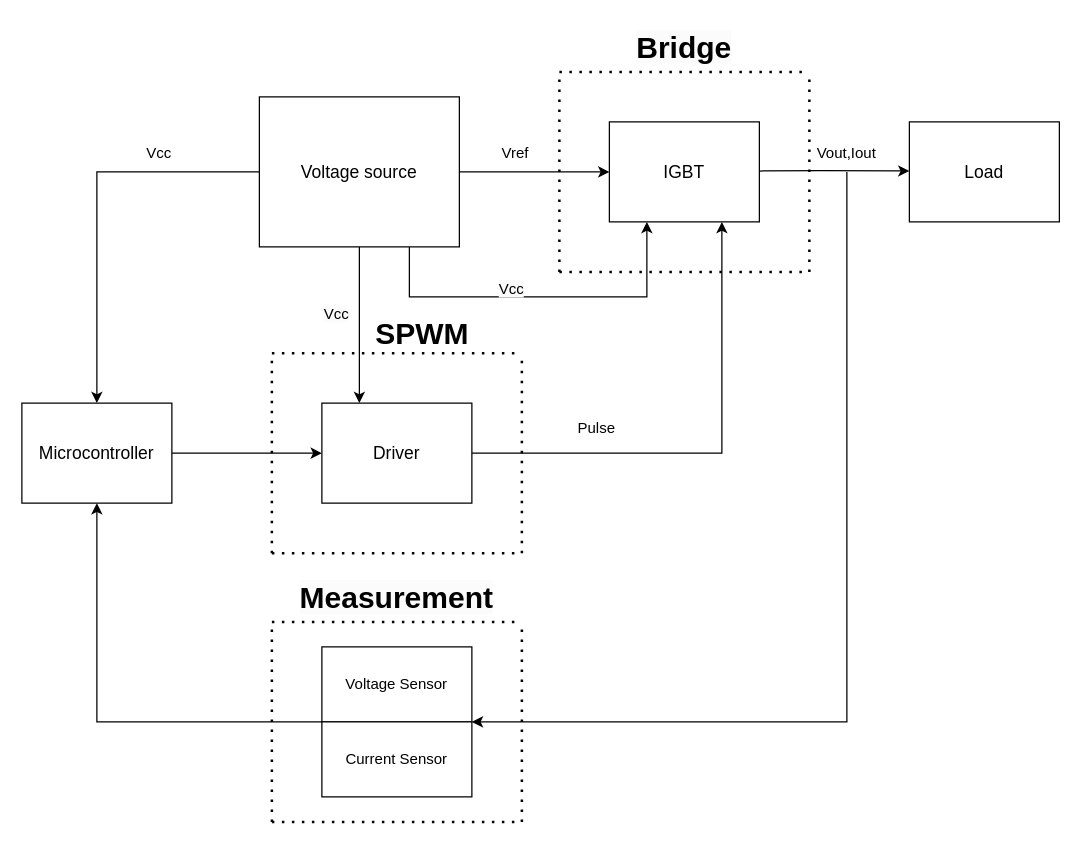
K2ayzz/ForDrawIO keeps this draw.io diagram as DKS.drawio. Above is the earlier version. Source tidied: cells renumbered, new cells numbered last; positions are measured from the earlier drawing's top-left corner, leaving out a move shared by most shapes. Both pictures are drawn from the tidied source at 125%, with x=0, y=0 at pixel (21, 21).
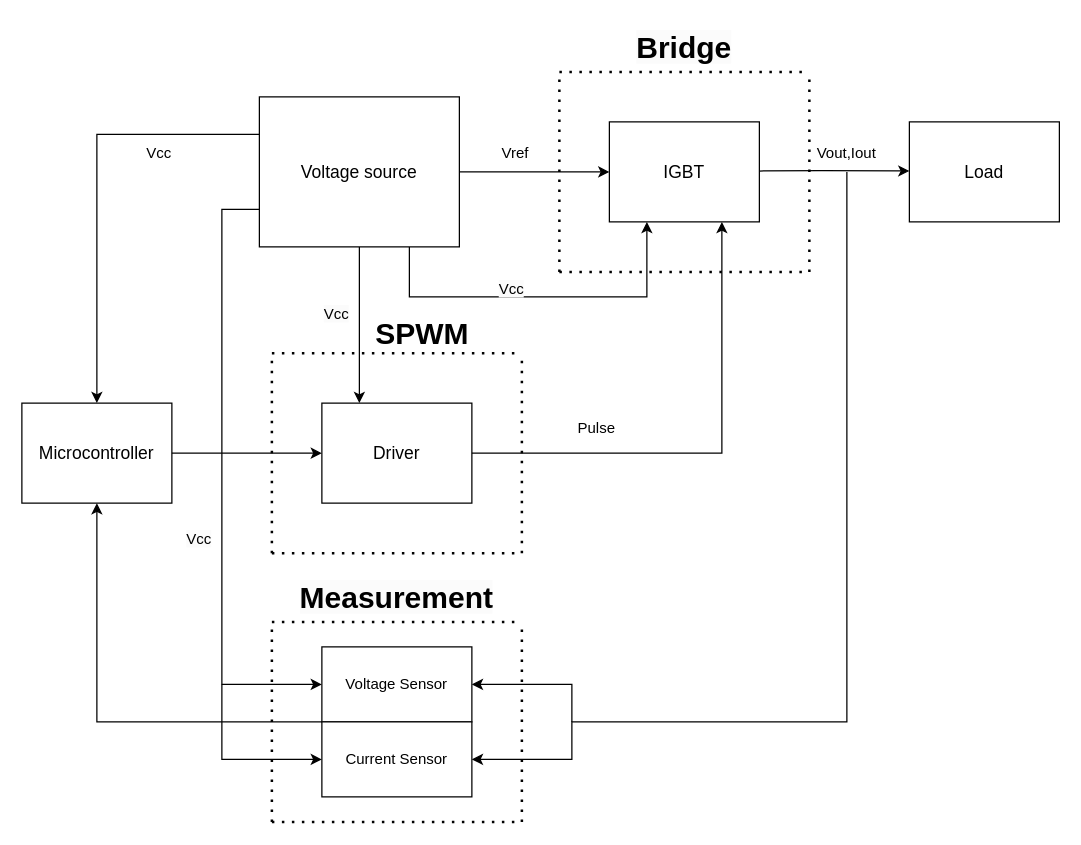
Above is the later version.

Commit message (it also covers changes not shown here):
Cập nhật DKS.drawio

Unchanged cells that the change refers to:
```xml
<mxCell id="2" value="&lt;font style=&quot;font-size: 14px;&quot;&gt;Microcontroller&lt;/font&gt;" style="rounded=0;whiteSpace=wrap;html=1;" parent="1" vertex="1">
  <mxGeometry y="305" width="120" height="80" as="geometry" />
</mxCell>
<mxCell id="3" value="&lt;font style=&quot;font-size: 14px;&quot;&gt;Voltage source&lt;/font&gt;" style="rounded=0;whiteSpace=wrap;html=1;" parent="1" vertex="1">
  <mxGeometry x="190" y="60" width="160" height="120" as="geometry" />
</mxCell>
<mxCell id="18" value="Voltage Sensor" style="rounded=0;whiteSpace=wrap;html=1;" parent="1" vertex="1">
  <mxGeometry x="240" y="500" width="120" height="60" as="geometry" />
</mxCell>
<mxCell id="19" value="Current Sensor" style="rounded=0;whiteSpace=wrap;html=1;" parent="1" vertex="1">
  <mxGeometry x="240" y="560" width="120" height="60" as="geometry" />
</mxCell>
```

What changed in the source:
```diff
@@
-    <mxCell id="5" style="endArrow=classic;html=1;rounded=0;exitX=0;exitY=0.5;exitDx=0;exitDy=0;entryX=0.5;entryY=0;entryDx=0;entryDy=0;" parent="1" edge="1" source="3" target="2">
+    <mxCell id="5" style="endArrow=classic;html=1;rounded=0;exitX=0;exitY=0.25;exitDx=0;exitDy=0;entryX=0.5;entryY=0;entryDx=0;entryDy=0;" parent="1" edge="1" source="3" target="2">
       <mxGeometry relative="1" as="geometry">
         <Array as="points">
-          <mxPoint x="60" y="120" />
+          <mxPoint x="60" y="90" />
         </Array>
       </mxGeometry>
     </mxCell>
@@
-    <mxCell id="17" style="endArrow=classic;html=1;rounded=0;entryX=1;entryY=0;entryDx=0;entryDy=0;" parent="1" edge="1" target="19">
+    <mxCell id="17" style="endArrow=classic;html=1;rounded=0;entryX=1;entryY=0.5;entryDx=0;entryDy=0;" parent="1" edge="1" target="19">
       <mxGeometry relative="1" as="geometry">
         <mxPoint x="660" y="120" as="sourcePoint" />
         <Array as="points">
           <mxPoint x="660" y="560" />
+          <mxPoint x="440" y="560" />
+          <mxPoint x="440" y="590" />
         </Array>
       </mxGeometry>
     </mxCell>
@@
+    <mxCell id="33" style="endArrow=classic;html=1;rounded=0;entryX=0;entryY=0.5;entryDx=0;entryDy=0;" parent="1" edge="1" target="18">
+      <mxGeometry relative="1" as="geometry">
+        <mxPoint x="190" y="150" as="sourcePoint" />
+        <Array as="points">
+          <mxPoint x="160" y="150" />
+          <mxPoint x="160" y="530" />
+        </Array>
+      </mxGeometry>
+    </mxCell>
+    <mxCell id="34" style="endArrow=classic;html=1;rounded=0;entryX=0;entryY=0.5;entryDx=0;entryDy=0;" parent="1" edge="1" target="19">
+      <mxGeometry relative="1" as="geometry">
+        <mxPoint x="160" y="530" as="sourcePoint" />
+        <Array as="points">
+          <mxPoint x="160" y="590" />
+        </Array>
+      </mxGeometry>
+    </mxCell>
+    <mxCell id="35" value="&lt;span style=&quot;color: rgb(0, 0, 0); font-family: Helvetica; font-size: 12px; font-style: normal; font-variant-ligatures: normal; font-variant-caps: normal; font-weight: 400; letter-spacing: normal; orphans: 2; text-align: center; text-indent: 0px; text-transform: none; widows: 2; word-spacing: 0px; -webkit-text-stroke-width: 0px; background-color: rgb(251, 251, 251); text-decoration-thickness: initial; text-decoration-style: initial; text-decoration-color: initial; float: none; display: inline !important;&quot;&gt;Vcc&lt;/span&gt;" style="text;whiteSpace=wrap;html=1;" parent="1" vertex="1">
+      <mxGeometry x="130" y="400" width="30" height="20" as="geometry" />
+    </mxCell>
+    <mxCell id="36" style="endArrow=classic;html=1;rounded=0;entryX=1;entryY=0.5;entryDx=0;entryDy=0;" parent="1" edge="1" target="18">
+      <mxGeometry relative="1" as="geometry">
+        <mxPoint x="440" y="560" as="sourcePoint" />
+        <Array as="points">
+          <mxPoint x="440" y="530" />
+        </Array>
+      </mxGeometry>
+    </mxCell>
```
